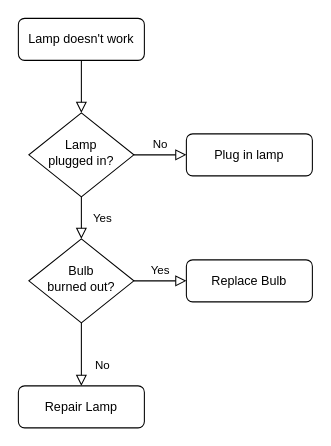
Above: flowcharts.drawio in abhijithabhiakl/Draw.io (draw.io), before the change. Source tidied: cells renumbered, new cells numbered last; positions are measured from the earlier drawing's top-left corner, leaving out a move shared by most shapes. Both pictures are drawn from the tidied source at 105%, with x=0, y=0 at pixel (18, 18).
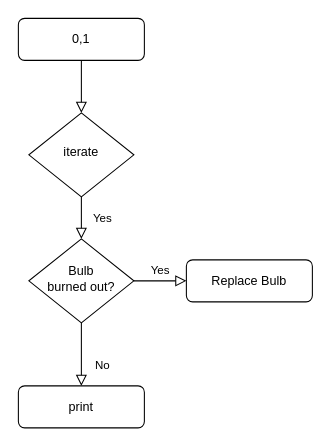
After the change.

Diff of the diagram source:
```diff
@@
 <mxGraphModel>
   <root>
     <mxCell id="0" />
     <mxCell id="1" parent="0" />
     <mxCell id="2" style="rounded=0;html=1;jettySize=auto;fontSize=11;endArrow=block;endFill=0;endSize=8;strokeWidth=1;shadow=0;labelBackgroundColor=none;edgeStyle=orthogonalEdgeStyle;" parent="1" edge="1" source="3" target="6">
       <mxGeometry relative="1" as="geometry" />
     </mxCell>
-    <mxCell id="3" value="Lamp doesn't work" style="rounded=1;whiteSpace=wrap;html=1;fontSize=12;glass=0;strokeWidth=1;shadow=0;" parent="1" vertex="1">
+    <mxCell id="3" value="0,1" style="rounded=1;whiteSpace=wrap;html=1;fontSize=12;glass=0;strokeWidth=1;shadow=0;" parent="1" vertex="1">
       <mxGeometry width="120" height="40" as="geometry" />
     </mxCell>
     <mxCell id="4" value="Yes" style="rounded=0;html=1;jettySize=auto;fontSize=11;endArrow=block;endFill=0;endSize=8;strokeWidth=1;shadow=0;labelBackgroundColor=none;edgeStyle=orthogonalEdgeStyle;" parent="1" edge="1" source="6" target="10">
       <mxGeometry y="20" relative="1" as="geometry" />
     </mxCell>
-    <mxCell id="5" value="No" style="edgeStyle=orthogonalEdgeStyle;rounded=0;html=1;jettySize=auto;fontSize=11;endArrow=block;endFill=0;endSize=8;strokeWidth=1;shadow=0;labelBackgroundColor=none;" parent="1" edge="1" source="6" target="7">
-      <mxGeometry y="10" relative="1" as="geometry" />
-    </mxCell>
-    <mxCell id="6" value="Lamp&lt;br&gt;plugged in?" style="rhombus;whiteSpace=wrap;html=1;shadow=0;fontFamily=Helvetica;fontSize=12;align=center;strokeWidth=1;spacing=6;spacingTop=-4;" parent="1" vertex="1">
+    <mxCell id="6" value="iterate" style="rhombus;whiteSpace=wrap;html=1;shadow=0;fontFamily=Helvetica;fontSize=12;align=center;strokeWidth=1;spacing=6;spacingTop=-4;" parent="1" vertex="1">
       <mxGeometry x="10" y="90" width="100" height="80" as="geometry" />
     </mxCell>
-    <mxCell id="7" value="Plug in lamp" style="rounded=1;whiteSpace=wrap;html=1;fontSize=12;glass=0;strokeWidth=1;shadow=0;" parent="1" vertex="1">
-      <mxGeometry x="160" y="110" width="120" height="40" as="geometry" />
-    </mxCell>
     <mxCell id="8" value="No" style="rounded=0;html=1;jettySize=auto;fontSize=11;endArrow=block;endFill=0;endSize=8;strokeWidth=1;shadow=0;labelBackgroundColor=none;edgeStyle=orthogonalEdgeStyle;" parent="1" edge="1" source="10" target="11">
       <mxGeometry x="0.33" y="20" relative="1" as="geometry" />
     </mxCell>
     <mxCell id="9" value="Yes" style="edgeStyle=orthogonalEdgeStyle;rounded=0;html=1;jettySize=auto;fontSize=11;endArrow=block;endFill=0;endSize=8;strokeWidth=1;shadow=0;labelBackgroundColor=none;" parent="1" edge="1" source="10" target="12">
       <mxGeometry y="10" relative="1" as="geometry" />
     </mxCell>
     <mxCell id="10" value="Bulb&lt;br&gt;burned out?" style="rhombus;whiteSpace=wrap;html=1;shadow=0;fontFamily=Helvetica;fontSize=12;align=center;strokeWidth=1;spacing=6;spacingTop=-4;" parent="1" vertex="1">
       <mxGeometry x="10" y="210" width="100" height="80" as="geometry" />
     </mxCell>
-    <mxCell id="11" value="Repair Lamp" style="rounded=1;whiteSpace=wrap;html=1;fontSize=12;glass=0;strokeWidth=1;shadow=0;" parent="1" vertex="1">
+    <mxCell id="11" value="print" style="rounded=1;whiteSpace=wrap;html=1;fontSize=12;glass=0;strokeWidth=1;shadow=0;" parent="1" vertex="1">
       <mxGeometry y="350" width="120" height="40" as="geometry" />
     </mxCell>
     <mxCell id="12" value="Replace Bulb" style="rounded=1;whiteSpace=wrap;html=1;fontSize=12;glass=0;strokeWidth=1;shadow=0;" parent="1" vertex="1">
       <mxGeometry x="160" y="230" width="120" height="40" as="geometry" />
     </mxCell>
   </root>
 </mxGraphModel>
```
